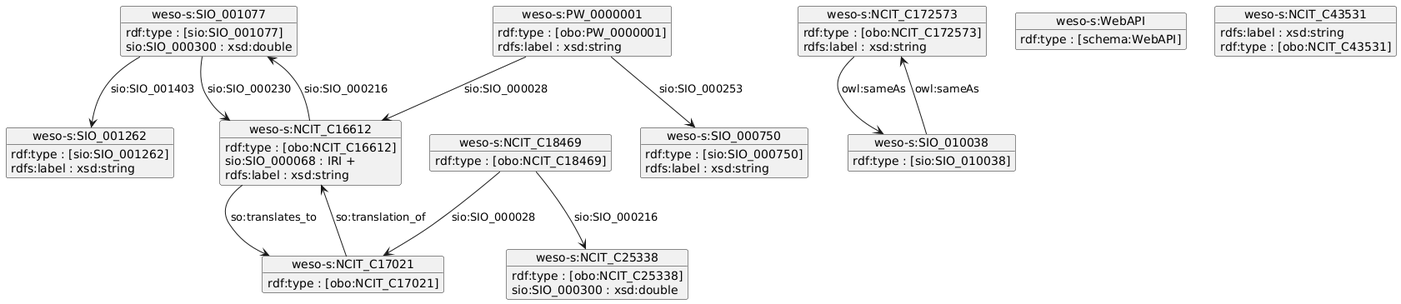
Before: examples/data/gene_to_graph_workflow/BDF_example_shex.png, a diagram exported from PlantUML (BioDataFuse/pyBiodatafuse).
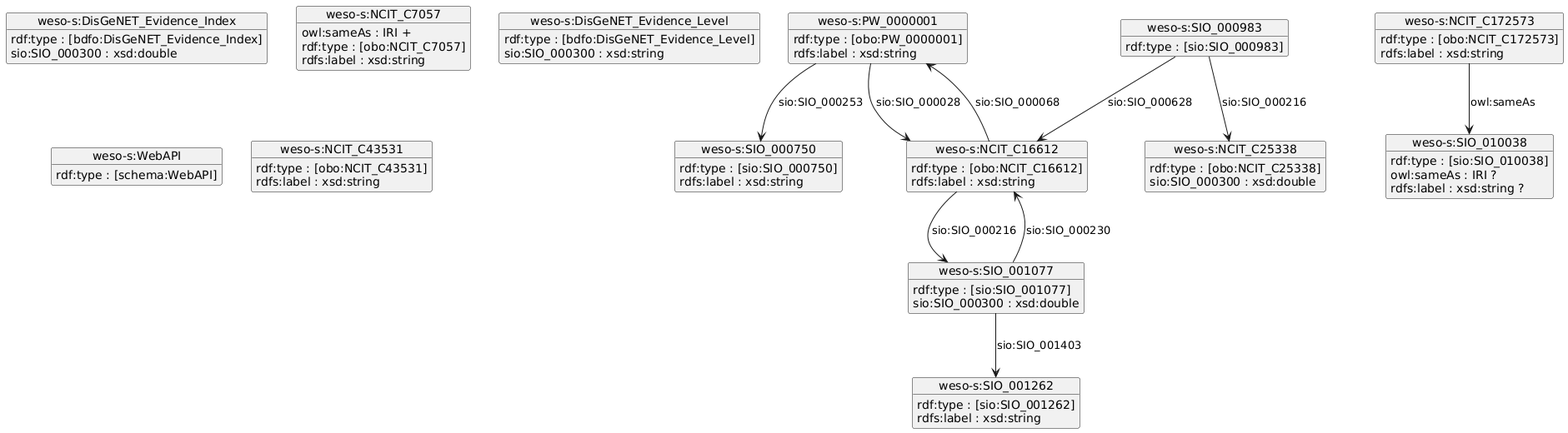
The same diagram one commit later.

What changed in the source:
```diff
@@ -1,22 +1,41 @@
 @startuml
+object "weso-s:PW_0000001" as weso_s_PW_0000001 {
+rdf:type : [obo:PW_0000001]
+rdfs:label : xsd:string
+}
+
+object "weso-s:SIO_010038" as weso_s_SIO_010038 {
+rdf:type : [sio:SIO_010038]
+owl:sameAs : IRI ?
+rdfs:label : xsd:string ?
+}
+
+object "weso-s:SIO_000983" as weso_s_SIO_000983 {
+rdf:type : [sio:SIO_000983]
+}
+
+object "weso-s:DisGeNET_Evidence_Index" as weso_s_DisGeNET_Evidence_Index {
+rdf:type : [bdfo:DisGeNET_Evidence_Index]
+sio:SIO_000300 : xsd:double
+}
+
+object "weso-s:NCIT_C25338" as weso_s_NCIT_C25338 {
+rdf:type : [obo:NCIT_C25338]
+sio:SIO_000300 : xsd:double
+}
+
 object "weso-s:SIO_001077" as weso_s_SIO_001077 {
 rdf:type : [sio:SIO_001077]
 sio:SIO_000300 : xsd:double
 }
 
-object "weso-s:NCIT_C16612" as weso_s_NCIT_C16612 {
-rdf:type : [obo:NCIT_C16612]
-sio:SIO_000068 : IRI +
+object "weso-s:NCIT_C172573" as weso_s_NCIT_C172573 {
+rdf:type : [obo:NCIT_C172573]
 rdfs:label : xsd:string
 }
 
-object "weso-s:PW_0000001" as weso_s_PW_0000001 {
-rdf:type : [obo:PW_0000001]
-rdfs:label : xsd:string
-}
-
-object "weso-s:NCIT_C172573" as weso_s_NCIT_C172573 {
-rdf:type : [obo:NCIT_C172573]
+object "weso-s:SIO_000750" as weso_s_SIO_000750 {
+rdf:type : [sio:SIO_000750]
 rdfs:label : xsd:string
 }
 
@@ -25,46 +44,38 @@
 rdfs:label : xsd:string
 }
 
-object "weso-s:SIO_010038" as weso_s_SIO_010038 {
-rdf:type : [sio:SIO_010038]
+object "weso-s:NCIT_C7057" as weso_s_NCIT_C7057 {
+owl:sameAs : IRI +
+rdf:type : [obo:NCIT_C7057]
+rdfs:label : xsd:string
 }
 
-object "weso-s:NCIT_C18469" as weso_s_NCIT_C18469 {
-rdf:type : [obo:NCIT_C18469]
+object "weso-s:DisGeNET_Evidence_Level" as weso_s_DisGeNET_Evidence_Level {
+rdf:type : [bdfo:DisGeNET_Evidence_Level]
+sio:SIO_000300 : xsd:string
 }
 
-object "weso-s:NCIT_C25338" as weso_s_NCIT_C25338 {
-rdf:type : [obo:NCIT_C25338]
-sio:SIO_000300 : xsd:double
+object "weso-s:NCIT_C16612" as weso_s_NCIT_C16612 {
+rdf:type : [obo:NCIT_C16612]
+rdfs:label : xsd:string
 }
 
 object "weso-s:WebAPI" as weso_s_WebAPI {
 rdf:type : [schema:WebAPI]
 }
 
-object "weso-s:SIO_000750" as weso_s_SIO_000750 {
-rdf:type : [sio:SIO_000750]
+object "weso-s:NCIT_C43531" as weso_s_NCIT_C43531 {
+rdf:type : [obo:NCIT_C43531]
 rdfs:label : xsd:string
 }
 
-object "weso-s:NCIT_C17021" as weso_s_NCIT_C17021 {
-rdf:type : [obo:NCIT_C17021]
-}
-
-object "weso-s:NCIT_C43531" as weso_s_NCIT_C43531 {
-rdfs:label : xsd:string
-rdf:type : [obo:NCIT_C43531]
-}
-
+weso_s_PW_0000001 --> weso_s_NCIT_C16612 : sio:SIO_000028
+weso_s_PW_0000001 --> weso_s_SIO_000750 : sio:SIO_000253
+weso_s_SIO_000983 --> weso_s_NCIT_C25338 : sio:SIO_000216
+weso_s_SIO_000983 --> weso_s_NCIT_C16612 : sio:SIO_000628
 weso_s_SIO_001077 --> weso_s_SIO_001262 : sio:SIO_001403
 weso_s_SIO_001077 --> weso_s_NCIT_C16612 : sio:SIO_000230
+weso_s_NCIT_C172573 --> weso_s_SIO_010038 : owl:sameAs
+weso_s_NCIT_C16612 --> weso_s_PW_0000001 : sio:SIO_000068
 weso_s_NCIT_C16612 --> weso_s_SIO_001077 : sio:SIO_000216
-weso_s_NCIT_C16612 --> weso_s_NCIT_C17021 : so:translates_to
-weso_s_PW_0000001 --> weso_s_SIO_000750 : sio:SIO_000253
-weso_s_PW_0000001 --> weso_s_NCIT_C16612 : sio:SIO_000028
-weso_s_NCIT_C172573 --> weso_s_SIO_010038 : owl:sameAs
-weso_s_SIO_010038 --> weso_s_NCIT_C172573 : owl:sameAs
-weso_s_NCIT_C18469 --> weso_s_NCIT_C25338 : sio:SIO_000216
-weso_s_NCIT_C18469 --> weso_s_NCIT_C17021 : sio:SIO_000028
-weso_s_NCIT_C17021 --> weso_s_NCIT_C16612 : so:translation_of
 @enduml
```
